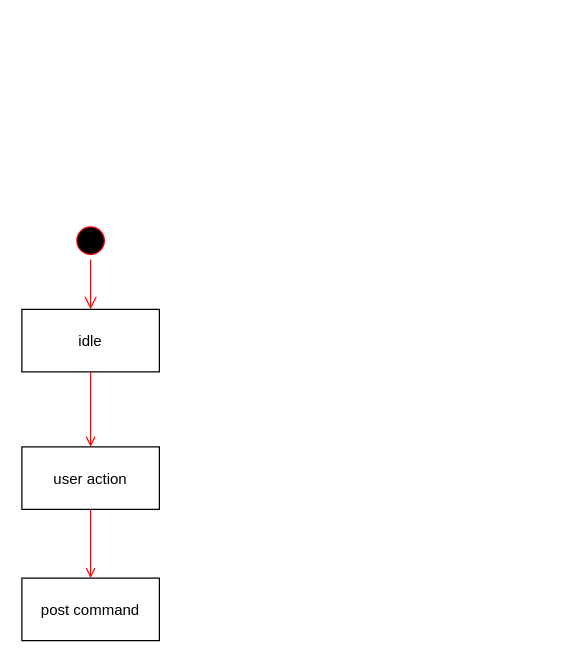
Before: Untitled Diagram.drawio in yizhou-lee/Hello-World, a draw.io diagram. Source tidied: cells renumbered, new cells numbered last; positions are measured from the earlier drawing's top-left corner, leaving out a move shared by most shapes. Both pictures are drawn from the tidied source at 125%, with x=0, y=0 at pixel (21, 221).
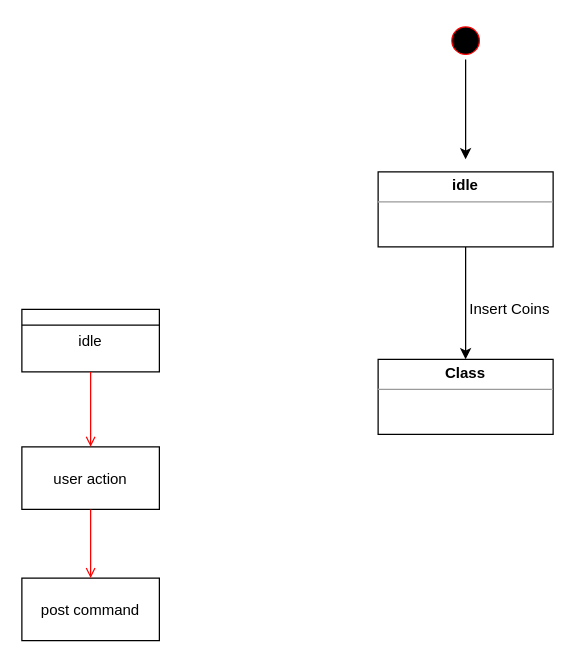
After the change.

The edit, as a diff of the source:
```diff
@@
 <mxGraphModel background="#ffffff">
   <root>
     <mxCell id="0" />
     <mxCell id="1" parent="0" />
-    <mxCell id="2" style="ellipse;shape=startState;fillColor=#000000;strokeColor=#ff0000;" parent="1" vertex="1">
-      <mxGeometry x="40" width="30" height="30" as="geometry" />
-    </mxCell>
-    <mxCell id="3" style="edgeStyle=elbowEdgeStyle;elbow=horizontal;verticalAlign=bottom;endArrow=open;endSize=8;strokeColor=#FF0000;endFill=1;rounded=0;" parent="1" edge="1" source="2" target="4">
-      <mxGeometry x="370" y="280" as="geometry" />
-    </mxCell>
     <mxCell id="4" value="idle" parent="1" vertex="1">
       <mxGeometry y="70" width="110" height="50" as="geometry" />
     </mxCell>
     <mxCell id="5" value="user action" parent="1" vertex="1">
       <mxGeometry y="180" width="110" height="50" as="geometry" />
     </mxCell>
     <mxCell id="6" style="endArrow=open;strokeColor=#FF0000;endFill=1;rounded=0;" parent="1" edge="1" source="4" target="5">
       <mxGeometry relative="1" as="geometry" />
     </mxCell>
     <mxCell id="7" value="post command" parent="1" vertex="1">
       <mxGeometry y="285" width="110" height="50" as="geometry" />
     </mxCell>
     <mxCell id="8" style="endArrow=open;strokeColor=#FF0000;endFill=1;rounded=0;" parent="1" edge="1" source="5" target="7">
       <mxGeometry relative="1" as="geometry" />
     </mxCell>
+    <mxCell id="9" style="endArrow=none;html=1;exitX=0;exitY=0.25;exitDx=0;exitDy=0;entryX=1;entryY=0.25;entryDx=0;entryDy=0;" parent="1" edge="1" source="4" target="4">
+      <mxGeometry relative="1" as="geometry" />
+    </mxCell>
+    <mxCell id="10" style="edgeStyle=orthogonalEdgeStyle;rounded=0;jettySize=auto;html=1;exitX=0.5;exitY=1;exitDx=0;exitDy=0;" parent="1" edge="1" source="13">
+      <mxGeometry relative="1" as="geometry">
+        <mxPoint x="355" y="110" as="targetPoint" />
+      </mxGeometry>
+    </mxCell>
+    <mxCell id="11" style="edgeStyle=orthogonalEdgeStyle;rounded=0;jettySize=auto;html=1;exitX=0.5;exitY=1;exitDx=0;exitDy=0;entryX=0.5;entryY=0;entryDx=0;entryDy=0;" parent="1" edge="1" source="2">
+      <mxGeometry relative="1" as="geometry">
+        <mxPoint x="355" y="-50" as="targetPoint" />
+      </mxGeometry>
+    </mxCell>
+    <mxCell id="2" style="ellipse;shape=startState;fillColor=#000000;strokeColor=#ff0000;" parent="1" vertex="1">
+      <mxGeometry x="340" y="-160" width="30" height="30" as="geometry" />
+    </mxCell>
+    <mxCell id="12" value="&lt;p style=&quot;margin:0px;margin-top:4px;text-align:center;&quot;&gt;&lt;b&gt;Class&lt;/b&gt;&lt;/p&gt;&lt;hr size=&quot;1&quot;/&gt;&lt;div style=&quot;height:2px;&quot;&gt;&lt;/div&gt;" style="verticalAlign=top;align=left;overflow=fill;fontSize=12;fontFamily=Helvetica;html=1;" parent="1" vertex="1">
+      <mxGeometry x="285" y="110" width="140" height="60" as="geometry" />
+    </mxCell>
+    <mxCell id="13" value="&lt;p style=&quot;margin: 0px ; margin-top: 4px ; text-align: center&quot;&gt;&lt;b&gt;idle&lt;/b&gt;&lt;/p&gt;&lt;hr size=&quot;1&quot;&gt;&lt;div style=&quot;height: 2px&quot;&gt;&lt;/div&gt;" style="verticalAlign=top;align=left;overflow=fill;fontSize=12;fontFamily=Helvetica;html=1;" parent="1" vertex="1">
+      <mxGeometry x="285" y="-40" width="140" height="60" as="geometry" />
+    </mxCell>
+    <mxCell id="14" value="Insert Coins" style="text;html=1;align=center;verticalAlign=middle;" parent="1" vertex="1">
+      <mxGeometry x="350" y="60" width="80" height="20" as="geometry" />
+    </mxCell>
   </root>
 </mxGraphModel>
```
